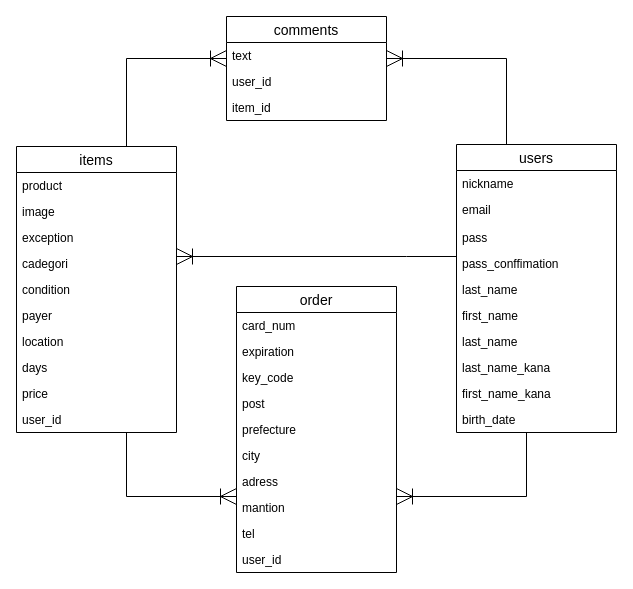
Earlier version of the draw.io diagram ER.dio (keiji-take/furima_31666). Source tidied: cells renumbered, new cells numbered last; positions are measured from the earlier drawing's top-left corner, leaving out a move shared by most shapes. Both pictures are drawn from the tidied source at 100%, with x=0, y=0 at pixel (16, 16).
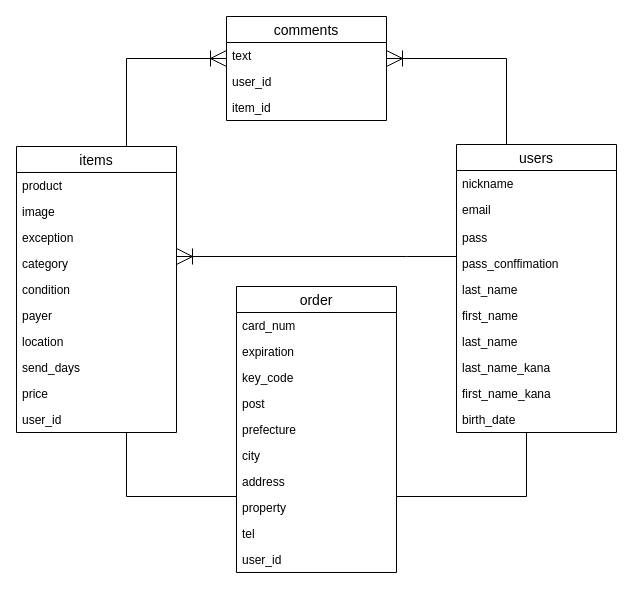
The same diagram, later.

The change refers to these unchanged cells:
```xml
<mxCell id="7" value="items" style="swimlane;fontStyle=0;horizontal=1;startSize=26;align=center;fontSize=14;" parent="1" vertex="1">
  <mxGeometry y="130" width="160" height="286" as="geometry" />
</mxCell>
<mxCell id="18" value="users" style="swimlane;fontStyle=0;horizontal=1;startSize=26;align=center;fontSize=14;" parent="1" vertex="1">
  <mxGeometry x="440" y="128" width="160" height="288" as="geometry" />
</mxCell>
<mxCell id="29" value="order" style="swimlane;fontStyle=0;horizontal=1;startSize=26;align=center;fontSize=14;" parent="1" vertex="1">
  <mxGeometry x="220" y="270" width="160" height="286" as="geometry" />
</mxCell>
```

The edit, as a diff of the source:
```diff
@@
-    <mxCell id="3" style="edgeStyle=orthogonalEdgeStyle;rounded=0;jettySize=auto;html=1;endArrow=ERoneToMany;endFill=0;endSize=14;" parent="1" edge="1" source="7" target="29">
+    <mxCell id="3" style="edgeStyle=orthogonalEdgeStyle;rounded=0;jettySize=auto;html=1;endArrow=none;endFill=0;endSize=14;" parent="1" edge="1" source="7" target="29">
       <mxGeometry relative="1" as="geometry">
         <Array as="points">
           <mxPoint x="110" y="480" />
         </Array>
       </mxGeometry>
     </mxCell>
@@
-    <mxCell id="6" style="edgeStyle=orthogonalEdgeStyle;rounded=0;jettySize=auto;html=1;endArrow=ERoneToMany;endFill=0;endSize=14;" parent="1" edge="1" source="18" target="29">
+    <mxCell id="6" style="edgeStyle=orthogonalEdgeStyle;rounded=0;jettySize=auto;html=1;endArrow=none;endFill=0;endSize=14;" parent="1" edge="1" source="18" target="29">
       <mxGeometry relative="1" as="geometry">
         <Array as="points">
           <mxPoint x="510" y="480" />
         </Array>
       </mxGeometry>
     </mxCell>
@@
-    <mxCell id="11" value="cadegori" style="text;strokeColor=none;fillColor=none;spacingLeft=4;spacingRight=4;overflow=hidden;fontSize=12;" parent="7" vertex="1">
+    <mxCell id="11" value="category" style="text;strokeColor=none;fillColor=none;spacingLeft=4;spacingRight=4;overflow=hidden;fontSize=12;" parent="7" vertex="1">
       <mxGeometry y="104" width="160" height="26" as="geometry" />
     </mxCell>
@@
-    <mxCell id="15" value="days" style="text;strokeColor=none;fillColor=none;spacingLeft=4;spacingRight=4;overflow=hidden;fontSize=12;" parent="7" vertex="1">
+    <mxCell id="15" value="send_days" style="text;strokeColor=none;fillColor=none;spacingLeft=4;spacingRight=4;overflow=hidden;fontSize=12;" parent="7" vertex="1">
       <mxGeometry y="208" width="160" height="26" as="geometry" />
     </mxCell>
@@
-    <mxCell id="36" value="adress" style="text;strokeColor=none;fillColor=none;spacingLeft=4;spacingRight=4;overflow=hidden;fontSize=12;" parent="29" vertex="1">
+    <mxCell id="36" value="address" style="text;strokeColor=none;fillColor=none;spacingLeft=4;spacingRight=4;overflow=hidden;fontSize=12;" parent="29" vertex="1">
       <mxGeometry y="182" width="160" height="26" as="geometry" />
     </mxCell>
-    <mxCell id="37" value="mantion" style="text;strokeColor=none;fillColor=none;spacingLeft=4;spacingRight=4;overflow=hidden;fontSize=12;" parent="29" vertex="1">
+    <mxCell id="37" value="property" style="text;strokeColor=none;fillColor=none;spacingLeft=4;spacingRight=4;overflow=hidden;fontSize=12;" parent="29" vertex="1">
       <mxGeometry y="208" width="160" height="26" as="geometry" />
     </mxCell>
```
